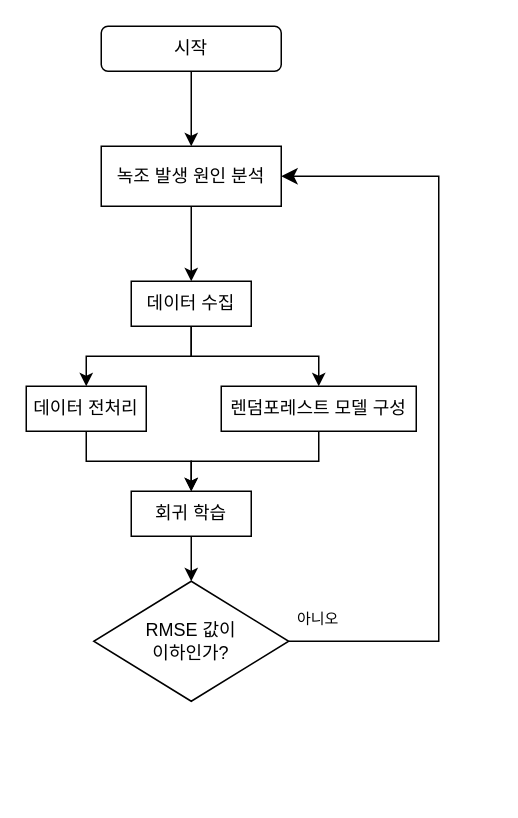
Above: 제목 없는 다이어그램.drawio in soysaucecrab/R-E (draw.io), before the change. Source tidied: cells renumbered, new cells numbered last; positions are measured from the earlier drawing's top-left corner, leaving out a move shared by most shapes. Both pictures are drawn from the tidied source at 150%, with x=0, y=0 at pixel (26, 26).
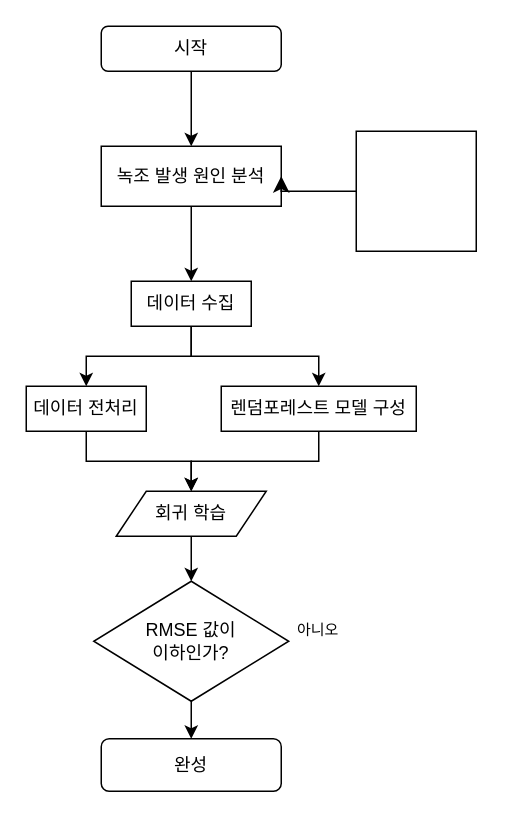
The same diagram, later.

Commit message (it also covers changes not shown here):
제목 없는 다이어그램.drawio 업데이트

The change refers to these unchanged cells:
```xml
<mxCell id="3" value="녹조 발생 원인 분석" style="rounded=0;whiteSpace=wrap;html=1;fontSize=12;glass=0;strokeWidth=1;shadow=0;" parent="1" vertex="1">
  <mxGeometry x="50" y="80" width="120" height="40" as="geometry" />
</mxCell>
<mxCell id="15" value="&lt;div&gt;RMSE 값이&lt;/div&gt;&lt;div&gt;이하인가?&lt;br&gt;&lt;/div&gt;" style="rhombus;whiteSpace=wrap;html=1;" parent="1" vertex="1">
  <mxGeometry x="45" y="370" width="130" height="80" as="geometry" />
</mxCell>
```

The edit, as a diff of the source:
```diff
@@
-    <mxCell id="12" value="회귀 학습" style="whiteSpace=wrap;html=1;" parent="1" vertex="1">
-      <mxGeometry x="70" y="310" width="80" height="30" as="geometry" />
+    <mxCell id="12" value="회귀 학습" style="whiteSpace=wrap;html=1;shape=parallelogram;perimeter=parallelogramPerimeter;fixedSize=1;" parent="1" vertex="1">
+      <mxGeometry x="60" y="310" width="100" height="30" as="geometry" />
     </mxCell>
@@
+    <mxCell id="18" style="edgeStyle=orthogonalEdgeStyle;rounded=0;jettySize=auto;html=1;" parent="1" edge="1" source="15" target="19">
+      <mxGeometry relative="1" as="geometry" />
+    </mxCell>
@@
-    <mxCell id="16" style="edgeStyle=segmentEdgeStyle;endArrow=classic;html=1;curved=0;rounded=0;endSize=8;startSize=8;exitX=1;exitY=0.5;exitDx=0;exitDy=0;entryX=1;entryY=0.5;entryDx=0;entryDy=0;" parent="1" edge="1" source="15" target="3">
-      <mxGeometry relative="1" as="geometry">
-        <Array as="points">
-          <mxPoint x="275" y="410" />
-          <mxPoint x="275" y="100" />
-        </Array>
-      </mxGeometry>
+    <mxCell id="16" style="edgeStyle=segmentEdgeStyle;endArrow=classic;html=1;curved=0;rounded=0;endSize=8;startSize=8;exitX=1;exitY=0.5;exitDx=0;exitDy=0;entryX=1;entryY=0.5;entryDx=0;entryDy=0;" parent="1" edge="1" source="20" target="3">
+      <mxGeometry relative="1" as="geometry" />
     </mxCell>
     <mxCell id="17" value="아니오" style="text;strokeColor=none;fillColor=none;align=left;verticalAlign=middle;spacingLeft=4;spacingRight=4;overflow=hidden;whiteSpace=wrap;html=1;fontSize=10;" parent="1" vertex="1">
-      <mxGeometry x="175" y="380" width="80" height="30" as="geometry" />
+      <mxGeometry x="175" y="387" width="80" height="30" as="geometry" />
     </mxCell>
+    <mxCell id="19" value="완성" style="rounded=1;whiteSpace=wrap;html=1;" parent="1" vertex="1">
+      <mxGeometry x="50" y="475" width="120" height="35" as="geometry" />
+    </mxCell>
+    <mxCell id="20" style="whiteSpace=wrap;html=1;" parent="1" vertex="1">
+      <mxGeometry x="220" y="70" width="80" height="80" as="geometry" />
+    </mxCell>
```
